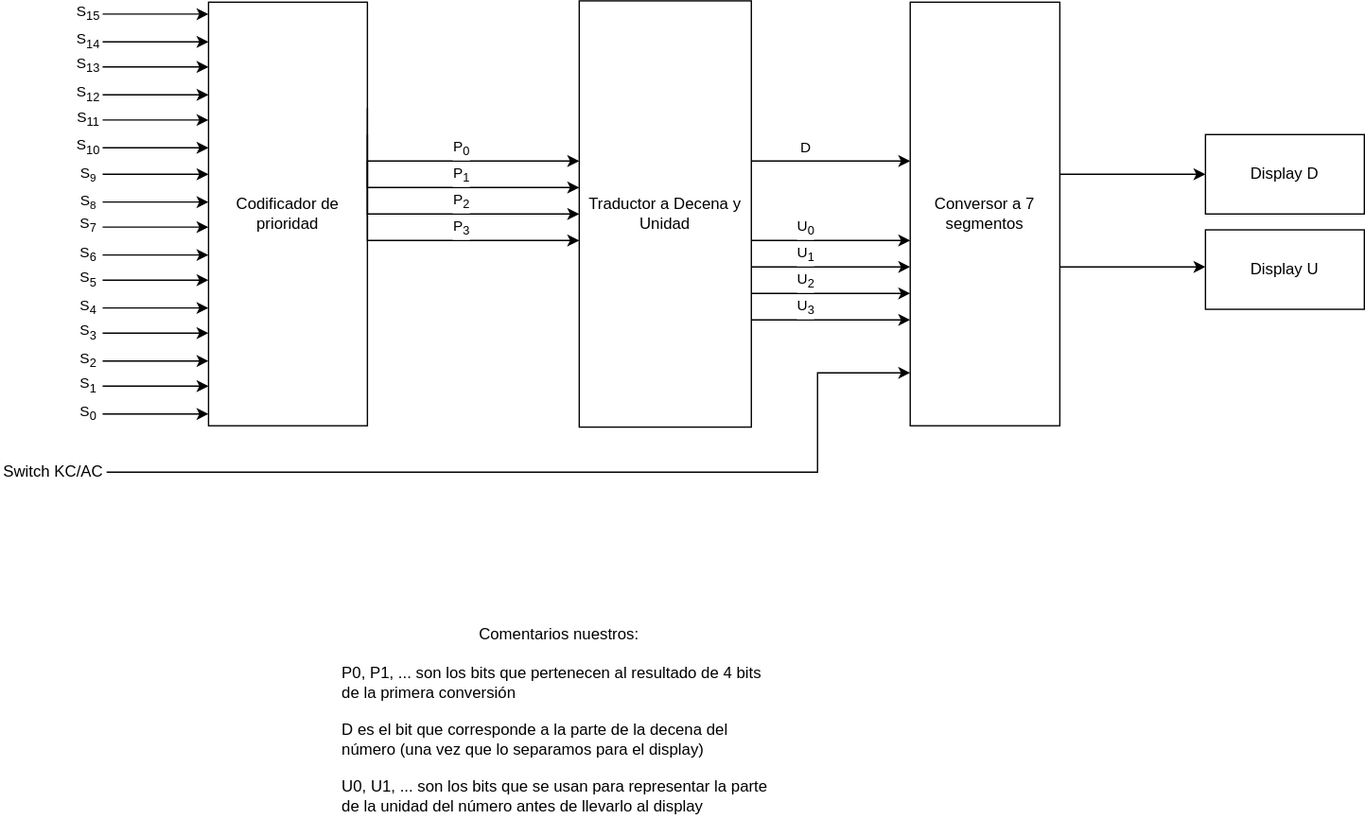
This is TP1/IDL TP1-Página-1.drawio.svg from albertinap/IDL, a draw.io export, as it was before one commit. Source tidied: cells renumbered, new cells last; positions are measured from the earlier drawing's top-left corner, leaving out a move shared by most shapes.
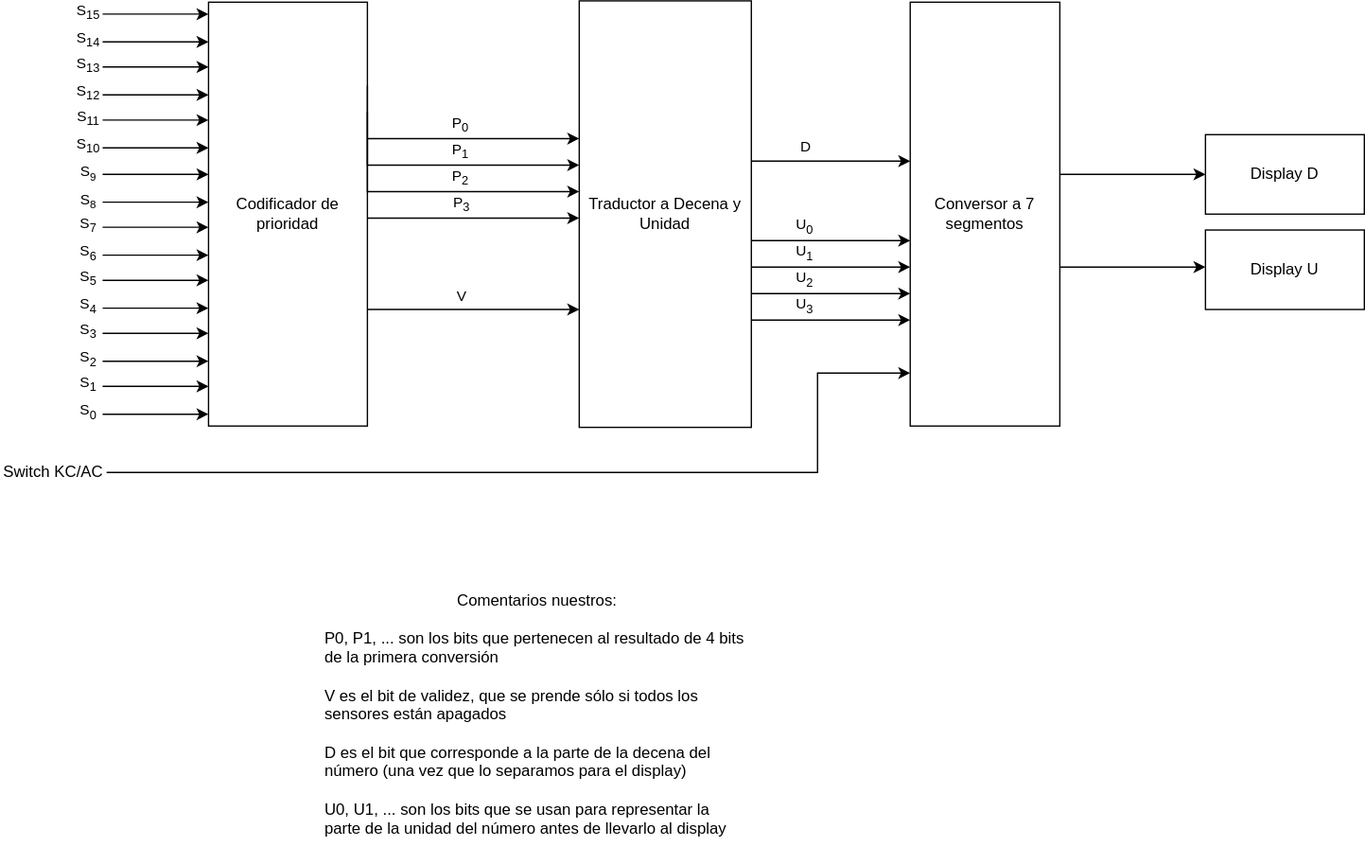
The same file after the commit.

The edit, as a diff of the source:
```diff
@@ -2,11 +2,13 @@
   <root>
     <mxCell id="0" />
     <mxCell id="1" parent="0" />
-    <mxCell id="2" style="edgeStyle=orthogonalEdgeStyle;rounded=0;jettySize=auto;html=1;" parent="1" edge="1" source="46" target="53">
+    <mxCell id="2" style="edgeStyle=orthogonalEdgeStyle;rounded=0;orthogonalLoop=1;jettySize=auto;html=1;" parent="1" edge="1">
       <mxGeometry relative="1" as="geometry">
+        <mxPoint x="277" y="104" as="sourcePoint" />
+        <mxPoint x="437" y="104" as="targetPoint" />
         <Array as="points">
-          <mxPoint x="327" y="121" />
-          <mxPoint x="327" y="121" />
+          <mxPoint x="327" y="104" />
+          <mxPoint x="327" y="104" />
         </Array>
       </mxGeometry>
     </mxCell>
@@ -253,11 +255,12 @@
     <mxCell id="46" value="Codificador de prioridad" style="rounded=0;whiteSpace=wrap;html=1;" parent="1" vertex="1">
       <mxGeometry x="157" y="1" width="120" height="320" as="geometry" />
     </mxCell>
-    <mxCell id="47" style="edgeStyle=orthogonalEdgeStyle;rounded=0;jettySize=auto;html=1;" parent="1" edge="1" target="53">
+    <mxCell id="47" style="edgeStyle=orthogonalEdgeStyle;rounded=0;orthogonalLoop=1;jettySize=auto;html=1;" parent="1" edge="1">
       <mxGeometry relative="1" as="geometry">
-        <mxPoint x="277" y="81" as="sourcePoint" />
+        <mxPoint x="277" y="64" as="sourcePoint" />
+        <mxPoint x="437" y="124" as="targetPoint" />
         <Array as="points">
-          <mxPoint x="277" y="141" />
+          <mxPoint x="277" y="124" />
         </Array>
       </mxGeometry>
     </mxCell>
@@ -266,11 +269,12 @@
         <mxPoint x="45" y="-10" as="offset" />
       </mxGeometry>
     </mxCell>
-    <mxCell id="49" style="edgeStyle=orthogonalEdgeStyle;rounded=0;jettySize=auto;html=1;" parent="1" edge="1" target="53">
+    <mxCell id="49" style="edgeStyle=orthogonalEdgeStyle;rounded=0;orthogonalLoop=1;jettySize=auto;html=1;" parent="1" edge="1">
       <mxGeometry relative="1" as="geometry">
-        <mxPoint x="277" y="101" as="sourcePoint" />
+        <mxPoint x="277" y="84" as="sourcePoint" />
+        <mxPoint x="437" y="144" as="targetPoint" />
         <Array as="points">
-          <mxPoint x="277" y="161" />
+          <mxPoint x="277" y="144" />
         </Array>
       </mxGeometry>
     </mxCell>
@@ -279,17 +283,19 @@
         <mxPoint x="45" y="-10" as="offset" />
       </mxGeometry>
     </mxCell>
-    <mxCell id="51" style="edgeStyle=orthogonalEdgeStyle;rounded=0;jettySize=auto;html=1;" parent="1" edge="1" target="53">
+    <mxCell id="51" style="edgeStyle=orthogonalEdgeStyle;rounded=0;orthogonalLoop=1;jettySize=auto;html=1;" parent="1" edge="1">
       <mxGeometry relative="1" as="geometry">
-        <mxPoint x="277" y="121" as="sourcePoint" />
+        <mxPoint x="277" y="164" as="sourcePoint" />
+        <mxPoint x="437" y="164" as="targetPoint" />
         <Array as="points">
-          <mxPoint x="277" y="181" />
+          <mxPoint x="360" y="164" />
+          <mxPoint x="360" y="164" />
         </Array>
       </mxGeometry>
     </mxCell>
     <mxCell id="52" value="P&lt;sub&gt;3&lt;/sub&gt;" style="edgeLabel;html=1;align=center;verticalAlign=middle;" parent="51" vertex="1">
       <mxGeometry x="-0.23" relative="1" as="geometry">
-        <mxPoint x="45" y="-10" as="offset" />
+        <mxPoint x="9" y="-10" as="offset" />
       </mxGeometry>
     </mxCell>
     <mxCell id="53" value="Traductor a Decena y Unidad" style="rounded=0;whiteSpace=wrap;html=1;" parent="1" vertex="1">
@@ -337,8 +343,23 @@
     <mxCell id="60" value="Switch KC/AC" style="text;html=1;align=center;verticalAlign=middle;whiteSpace=wrap;rounded=0;" parent="1" vertex="1">
       <mxGeometry y="341" width="80" height="30" as="geometry" />
     </mxCell>
-    <mxCell id="61" value="Comentarios nuestros:&lt;br&gt;&lt;br&gt;&lt;div style=&quot;text-align: left;&quot;&gt;&lt;span style=&quot;background-color: transparent; color: light-dark(rgb(0, 0, 0), rgb(255, 255, 255));&quot;&gt;P0, P1, ... son los bits que pertenecen al resultado de 4 bits de la primera conversión&lt;/span&gt;&lt;/div&gt;&lt;div style=&quot;text-align: left;&quot;&gt;&lt;br&gt;&lt;/div&gt;&lt;div style=&quot;text-align: left;&quot;&gt;D es el bit que corresponde a la parte de la decena del número (una vez que lo separamos para el display)&lt;/div&gt;&lt;div style=&quot;text-align: left;&quot;&gt;&lt;br&gt;&lt;/div&gt;&lt;div style=&quot;text-align: left;&quot;&gt;U0, U1, ... son los bits que se usan para representar la parte de la unidad del número antes de llevarlo al display&lt;/div&gt;&lt;div&gt;&amp;nbsp;&lt;/div&gt;" style="text;html=1;align=center;verticalAlign=middle;whiteSpace=wrap;rounded=0;" parent="1" vertex="1">
-      <mxGeometry x="257" y="471" width="330" height="160" as="geometry" />
+    <mxCell id="61" value="Comentarios nuestros:&lt;br&gt;&lt;br&gt;&lt;div style=&quot;text-align: left;&quot;&gt;&lt;span style=&quot;background-color: transparent; color: light-dark(rgb(0, 0, 0), rgb(255, 255, 255));&quot;&gt;P0, P1, ... son los bits que pertenecen al resultado de 4 bits de la primera conversión&lt;/span&gt;&lt;/div&gt;&lt;div style=&quot;text-align: left;&quot;&gt;&lt;br&gt;&lt;/div&gt;&lt;div style=&quot;text-align: left;&quot;&gt;V es el bit de validez, que se prende sólo si todos los sensores están apagados&lt;/div&gt;&lt;div style=&quot;text-align: left;&quot;&gt;&lt;br&gt;&lt;/div&gt;&lt;div style=&quot;text-align: left;&quot;&gt;D es el bit que corresponde a la parte de la decena del número (una vez que lo separamos para el display)&lt;/div&gt;&lt;div style=&quot;text-align: left;&quot;&gt;&lt;br&gt;&lt;/div&gt;&lt;div style=&quot;text-align: left;&quot;&gt;U0, U1, ... son los bits que se usan para representar la parte de la unidad del número antes de llevarlo al display&lt;/div&gt;&lt;div&gt;&amp;nbsp;&lt;/div&gt;" style="text;html=1;align=center;verticalAlign=middle;whiteSpace=wrap;rounded=0;" parent="1" vertex="1">
+      <mxGeometry x="244" y="441" width="323" height="210" as="geometry" />
     </mxCell>
+    <mxCell id="62" style="edgeStyle=orthogonalEdgeStyle;rounded=0;orthogonalLoop=1;jettySize=auto;html=1;" parent="1" edge="1">
+      <mxGeometry relative="1" as="geometry">
+        <mxPoint x="277" y="233" as="sourcePoint" />
+        <mxPoint x="437" y="233" as="targetPoint" />
+        <Array as="points">
+          <mxPoint x="360" y="233" />
+          <mxPoint x="360" y="233" />
+        </Array>
+      </mxGeometry>
+    </mxCell>
+    <mxCell id="63" value="V" style="edgeLabel;html=1;align=center;verticalAlign=middle;" parent="62" vertex="1">
+      <mxGeometry x="-0.23" relative="1" as="geometry">
+        <mxPoint x="9" y="-10" as="offset" />
+      </mxGeometry>
+    </mxCell>
   </root>
 </mxGraphModel>
```
